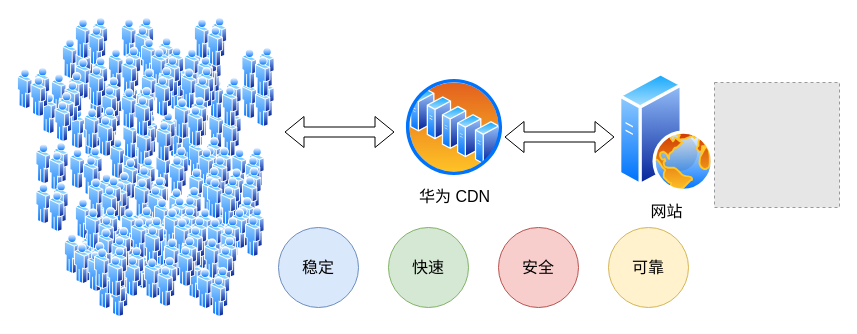
Before: 华为云2.drawio in xiaolincoder/ImageHost4, a draw.io diagram. Source tidied: cells renumbered, new cells numbered last; positions are measured from the earlier drawing's top-left corner, leaving out a move shared by most shapes. Both pictures are drawn from the tidied source at 100%, with x=0, y=0 at pixel (17, 17). Pictures stored in the file or linked from it are replaced by grey dashed boxes.
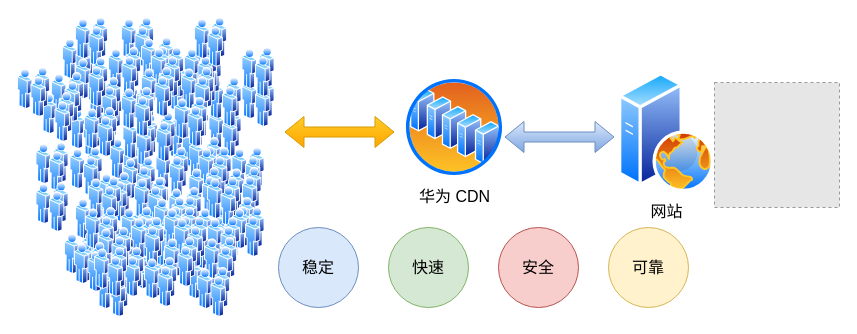
The same page after the edit.

Change to the diagram source:
```diff
@@
-    <mxCell id="8" style="shape=flexArrow;endArrow=classic;startArrow=classic;html=1;rounded=0;fontSize=16;" parent="1" edge="1">
+    <mxCell id="8" style="shape=flexArrow;endArrow=classic;startArrow=classic;html=1;rounded=0;fontSize=16;fillColor=#dae8fc;gradientColor=#7ea6e0;strokeColor=#6c8ebf;" parent="1" edge="1">
       <mxGeometry relative="1" as="geometry">
         <mxPoint x="487" y="119.5" as="sourcePoint" />
         <mxPoint x="597" y="119.5" as="targetPoint" />
       </mxGeometry>
     </mxCell>
@@
-    <mxCell id="87" style="shape=flexArrow;endArrow=classic;startArrow=classic;html=1;rounded=0;fontSize=16;" parent="1" edge="1">
+    <mxCell id="87" style="shape=flexArrow;endArrow=classic;startArrow=classic;html=1;rounded=0;fontSize=16;fillColor=#ffcd28;gradientColor=#ffa500;strokeColor=#d79b00;" parent="1" edge="1">
       <mxGeometry relative="1" as="geometry">
         <mxPoint x="267" y="114.5" as="sourcePoint" />
         <mxPoint x="377" y="114.5" as="targetPoint" />
       </mxGeometry>
     </mxCell>
```
